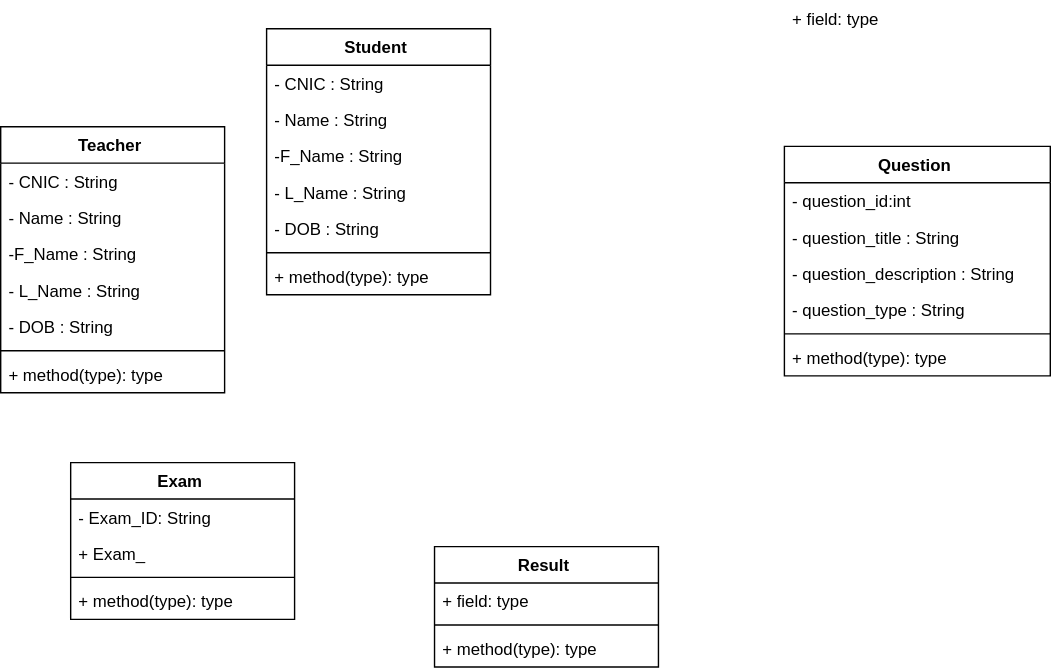
Zaeem6100/FYP-Documents keeps this draw.io diagram as Class Diagram.drawio.svg. Above is the earlier version. Source tidied: cells renumbered, new cells last; positions are measured from the earlier drawing's top-left corner, leaving out a move shared by most shapes.
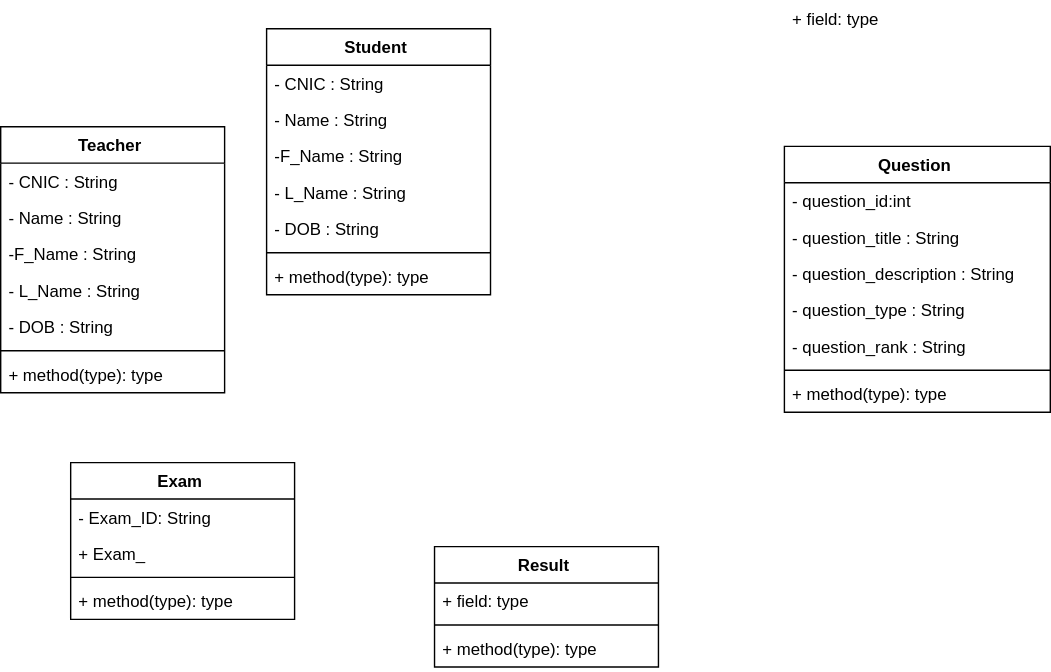
The same diagram one commit later.

Change to the diagram source:
```diff
@@ -69,7 +69,7 @@
       <mxGeometry y="86" width="160" height="26" as="geometry" />
     </mxCell>
     <mxCell id="24" value="Question " style="swimlane;fontStyle=1;align=center;verticalAlign=top;horizontal=1;startSize=26;" parent="1" vertex="1">
-      <mxGeometry x="560" y="104" width="190" height="164" as="geometry" />
+      <mxGeometry x="560" y="104" width="190" height="190" as="geometry" />
     </mxCell>
     <mxCell id="25" value="- question_id:int " style="text;strokeColor=none;fillColor=none;align=left;verticalAlign=top;spacingLeft=4;spacingRight=4;overflow=hidden;" parent="24" vertex="1">
       <mxGeometry y="26" width="190" height="26" as="geometry" />
@@ -83,11 +83,14 @@
     <mxCell id="28" value="- question_type : String" style="text;strokeColor=none;fillColor=none;align=left;verticalAlign=top;spacingLeft=4;spacingRight=4;overflow=hidden;" parent="24" vertex="1">
       <mxGeometry y="104" width="190" height="26" as="geometry" />
     </mxCell>
+    <mxCell id="35" value="- question_rank : String" style="text;strokeColor=none;fillColor=none;align=left;verticalAlign=top;spacingLeft=4;spacingRight=4;overflow=hidden;" parent="24" vertex="1">
+      <mxGeometry y="130" width="190" height="26" as="geometry" />
+    </mxCell>
     <mxCell id="29" style="line;strokeWidth=1;fillColor=none;align=left;verticalAlign=middle;spacingTop=-1;spacingLeft=3;spacingRight=3;labelPosition=right;" parent="24" vertex="1">
-      <mxGeometry y="130" width="190" height="8" as="geometry" />
+      <mxGeometry y="156" width="190" height="8" as="geometry" />
     </mxCell>
     <mxCell id="30" value="+ method(type): type" style="text;strokeColor=none;fillColor=none;align=left;verticalAlign=top;spacingLeft=4;spacingRight=4;overflow=hidden;" parent="24" vertex="1">
-      <mxGeometry y="138" width="190" height="26" as="geometry" />
+      <mxGeometry y="164" width="190" height="26" as="geometry" />
     </mxCell>
     <mxCell id="31" value="Result " style="swimlane;fontStyle=1;align=center;verticalAlign=top;horizontal=1;startSize=26;" parent="1" vertex="1">
       <mxGeometry x="310" y="390" width="160" height="86" as="geometry" />
```
